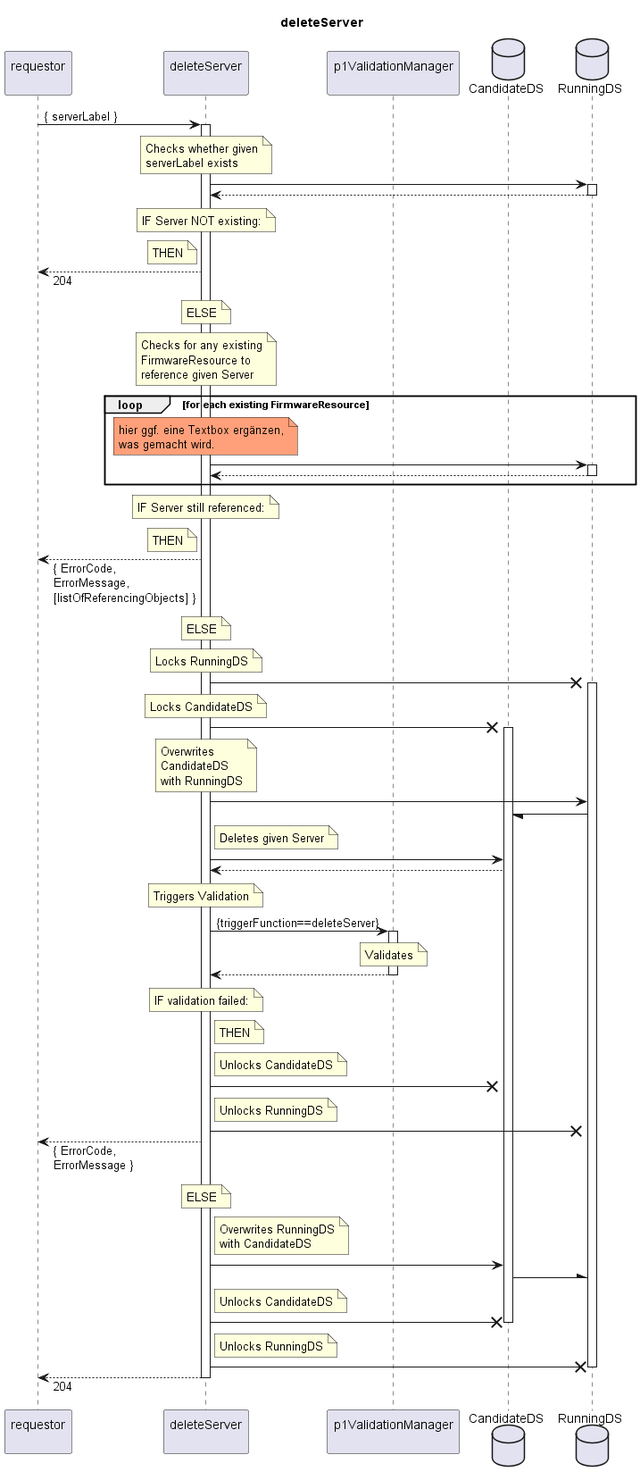
Earlier version of the PlantUML export spec/Services/deleteServer/1.0.0/deleteServer.png (openBackhaul/FirmWareManager).
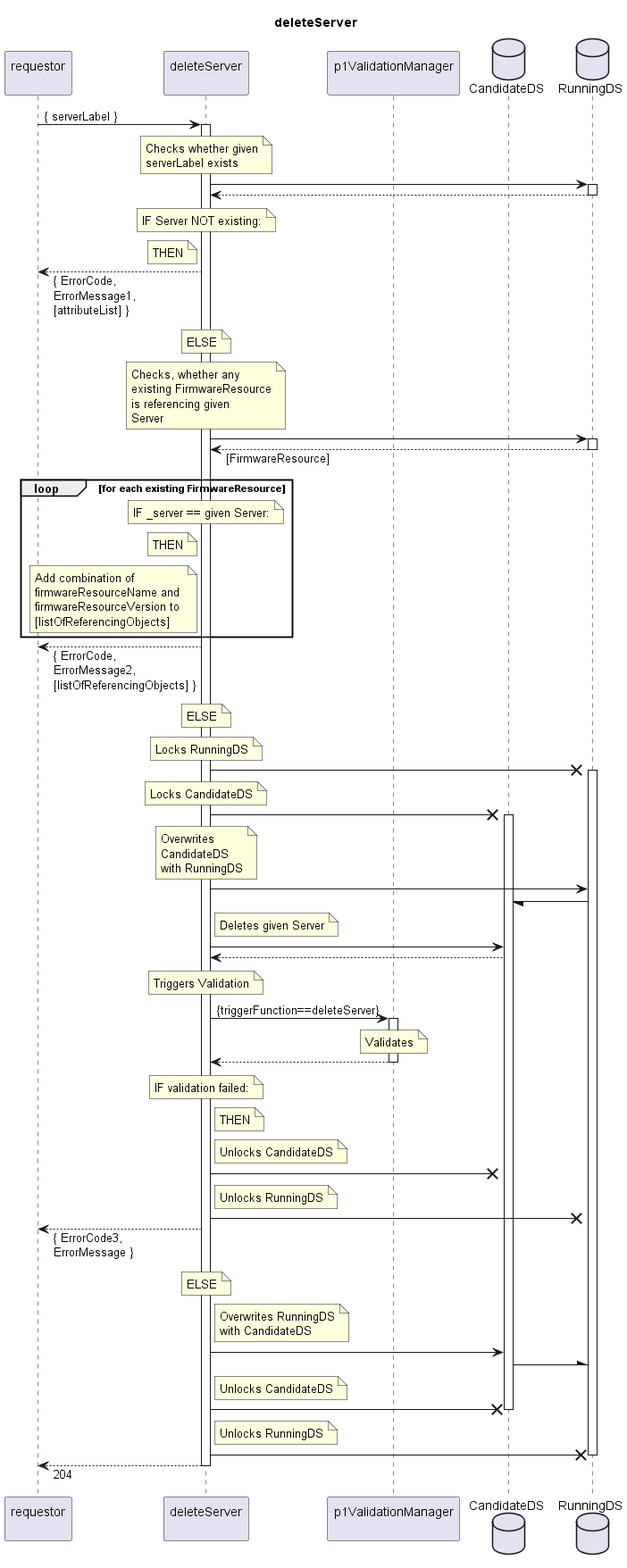
After the change.

Change to the diagram source:
```diff
@@ -6,130 +6,133 @@
 end title
 
 participant "requestor\n" as requestor
-participant "deleteServer\n" as cur
+participant "deleteServer\n" as indServ
 participant "p1ValidationManager\n" as valiMan
 database "CandidateDS" as CanDS
 database "RunningDS" as RunDS
 
-requestor -> cur: { serverLabel }
-activate cur
+requestor -> indServ: { serverLabel }
+activate indServ
 
-  note over cur
+  note over indServ
     Checks whether given
     serverLabel exists
   end note
-  cur -> RunDS
+  indServ -> RunDS
   activate RunDS
-  cur <-- RunDS
+  indServ <-- RunDS
   deactivate RunDS
-  note over cur
+  note over indServ
     IF Server NOT existing:
   end note
-  note left cur
+  note left indServ
     THEN
   end note
-  requestor <-- cur: 204
-  note over cur
+  requestor <-- indServ: { ErrorCode,\nErrorMessage1,\n[attributeList] }
+  note over indServ
     ELSE
   end note
 
-  note over cur
-    Checks for any existing
-    FirmwareResource to
-    reference given Server
+  note over indServ
+    Checks, whether any
+    existing FirmwareResource
+    is referencing given
+    Server
   end note
+  indServ -> RunDS
+  activate RunDS
+  indServ <-- RunDS: [FirmwareResource]
+  deactivate RunDS
   loop for each existing FirmwareResource
-    note over cur #LightSalmon
-      hier ggf. eine Textbox ergänzen,
-      was gemacht wird.
+    note over indServ
+      IF _server == given Server:
     end note
-    cur -> RunDS
-    activate RunDS
-    cur <-- RunDS
-    deactivate RunDS
+    note left indServ
+      THEN
+    end note
+    note left indServ
+      Add combination of
+      firmwareResourceName and
+      firmwareResourceVersion to
+      [listOfReferencingObjects]
+    end note
   end loop
-  note over cur
-    IF Server still referenced:
-  end note
-  note left cur
-    THEN
-  end note
-  requestor <-- cur: { ErrorCode,\nErrorMessage,\n[listOfReferencingObjects] }
-  note over cur
+  requestor <-- indServ: { ErrorCode,\nErrorMessage2,\n[listOfReferencingObjects] }
+  note over indServ
     ELSE
   end note
 
-  note over cur
+  note over indServ
     Locks RunningDS
   end note
-  cur -X RunDS
+  indServ -X RunDS
   activate RunDS
-  note over cur
+  note over indServ
     Locks CandidateDS
   end note
-  cur -X CanDS
+  indServ -X CanDS
   activate CanDS
-  note over cur
+  note over indServ
     Overwrites
     CandidateDS
     with RunningDS
   end note
-  cur -> RunDS
+  indServ -> RunDS
   RunDS -/ CanDS
 
-  note right cur
+  note right indServ
     Deletes given Server
   end note
-  cur -> CanDS
-  cur <-- CanDS
+  indServ -> CanDS
+  indServ <-- CanDS
 
-  note over cur
+  note over indServ
     Triggers Validation
   end note
-  cur -> valiMan: {triggerFunction==deleteServer}
+  indServ -> valiMan: {triggerFunction==deleteServer}
   activate valiMan
     note over valiMan
       Validates
     end note
-  cur <-- valiMan
+  indServ <-- valiMan
   deactivate valiMan
-  note over cur
+  note over indServ
     IF validation failed:
   end note
-  note right cur
+  note right indServ
     THEN
   end note
-  note right cur
+  note right indServ
     Unlocks CandidateDS
   end note
-  cur -X CanDS
-  note right cur
+  indServ -X CanDS
+  note right indServ
     Unlocks RunningDS
   end note
-  cur -X RunDS
-  requestor <-- cur: { ErrorCode,\nErrorMessage }
-  note over cur
+  indServ -X RunDS
+  requestor <-- indServ: { ErrorCode3,\nErrorMessage }
+  note over indServ
     ELSE
   end note
 
-  note right cur
+  note right indServ
     Overwrites RunningDS
     with CandidateDS
   end note
-  cur -> CanDS
+  indServ -> CanDS
   CanDS -\ RunDS
-  note right cur
+  note right indServ
     Unlocks CandidateDS
   end note
-  cur -X CanDS
+  indServ -X CanDS
   deactivate CanDS
-  note right cur
+  note right indServ
     Unlocks RunningDS
   end note
-  cur -X RunDS
+  indServ -X RunDS
   deactivate RunDS
 
-requestor <-- cur: 204
-deactivate cur
+requestor <-- indServ: 204
+deactivate indServ
 
 @enduml
```
